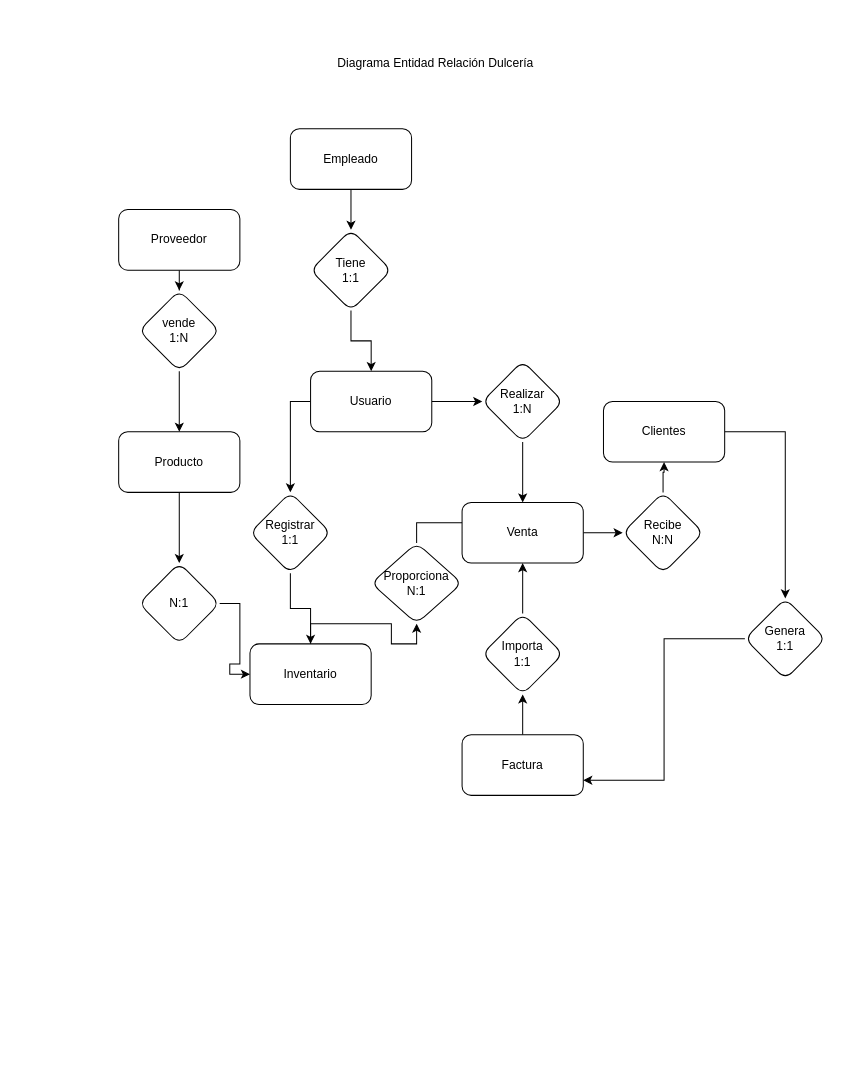
The draw.io diagram Dulcería.drawio in AlexAntonio29/PracticasProgramacion, before the edit. Source tidied: cells renumbered, new cells numbered last; positions are measured from the earlier drawing's top-left corner, leaving out a move shared by most shapes. Both pictures are drawn from the tidied source at 101%, with x=0, y=0 at pixel (118, 47).
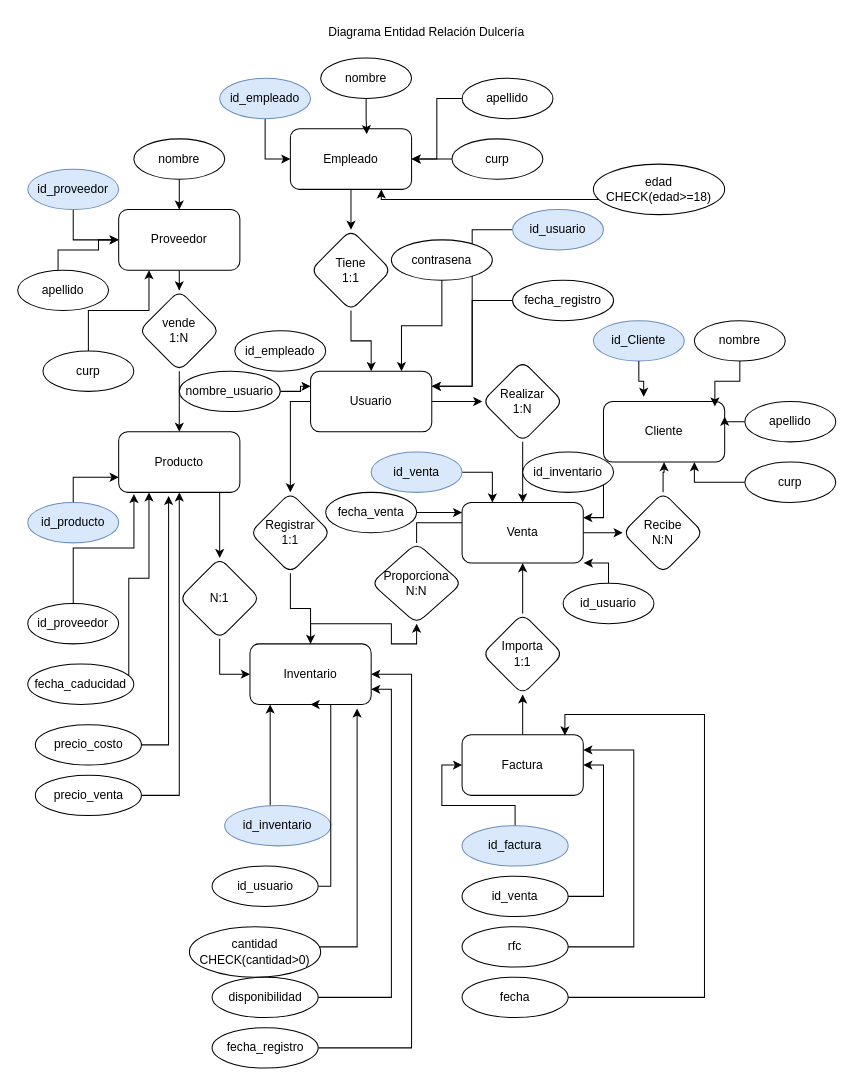
The same page after the edit.

Unchanged cells that the change refers to:
```xml
<mxCell id="3" value="Inventario" style="rounded=1;whiteSpace=wrap;html=1;" parent="1" vertex="1">
  <mxGeometry x="130" y="590" width="120" height="60" as="geometry" />
</mxCell>
<mxCell id="7" value="Proveedor" style="rounded=1;whiteSpace=wrap;html=1;" parent="1" vertex="1">
  <mxGeometry y="160" width="120" height="60" as="geometry" />
</mxCell>
<mxCell id="9" value="Empleado" style="rounded=1;whiteSpace=wrap;html=1;" parent="1" vertex="1">
  <mxGeometry x="170" y="80" width="120" height="60" as="geometry" />
</mxCell>
<mxCell id="12" value="Usuario" style="rounded=1;whiteSpace=wrap;html=1;" parent="1" vertex="1">
  <mxGeometry x="190" y="320" width="120" height="60" as="geometry" />
</mxCell>
<mxCell id="15" value="Venta" style="rounded=1;whiteSpace=wrap;html=1;" parent="1" vertex="1">
  <mxGeometry x="340" y="450" width="120" height="60" as="geometry" />
</mxCell>
<mxCell id="17" value="Factura" style="rounded=1;whiteSpace=wrap;html=1;" parent="1" vertex="1">
  <mxGeometry x="340" y="680" width="120" height="60" as="geometry" />
</mxCell>
<mxCell id="19" value="Producto" style="rounded=1;whiteSpace=wrap;html=1;" parent="1" vertex="1">
  <mxGeometry y="380" width="120" height="60" as="geometry" />
</mxCell>
```

The edit, as a diff of the source:
```diff
@@
-    <mxCell id="4" style="edgeStyle=orthogonalEdgeStyle;rounded=0;jettySize=auto;html=1;" parent="1" edge="1" source="5" target="35">
-      <mxGeometry relative="1" as="geometry" />
-    </mxCell>
-    <mxCell id="5" value="Clientes" style="rounded=1;whiteSpace=wrap;html=1;" parent="1" vertex="1">
+    <mxCell id="5" value="Cliente" style="rounded=1;whiteSpace=wrap;html=1;" parent="1" vertex="1">
       <mxGeometry x="480" y="350" width="120" height="60" as="geometry" />
     </mxCell>
@@
     <mxCell id="18" style="edgeStyle=orthogonalEdgeStyle;rounded=0;jettySize=auto;html=1;" parent="1" edge="1" source="19" target="22">
-      <mxGeometry relative="1" as="geometry" />
+      <mxGeometry relative="1" as="geometry">
+        <Array as="points">
+          <mxPoint x="100" y="450" />
+          <mxPoint x="100" y="450" />
+        </Array>
+      </mxGeometry>
     </mxCell>
@@
     <mxCell id="20" value="Diagrama Entidad Relación Dulcería" style="text;strokeColor=none;align=center;fillColor=none;html=1;verticalAlign=middle;whiteSpace=wrap;rounded=0;" parent="1" vertex="1">
-      <mxGeometry x="129" width="370" height="30" as="geometry" />
+      <mxGeometry x="120" y="-30" width="370" height="30" as="geometry" />
     </mxCell>
@@
     <mxCell id="22" value="N:1" style="rhombus;whiteSpace=wrap;html=1;rounded=1;" parent="1" vertex="1">
-      <mxGeometry x="20" y="510" width="80" height="80" as="geometry" />
+      <mxGeometry x="60" y="505" width="80" height="80" as="geometry" />
     </mxCell>
@@
-    <mxCell id="34" style="edgeStyle=orthogonalEdgeStyle;rounded=0;jettySize=auto;html=1;entryX=1;entryY=0.75;entryDx=0;entryDy=0;" parent="1" edge="1" source="35" target="17">
-      <mxGeometry relative="1" as="geometry" />
-    </mxCell>
-    <mxCell id="35" value="Genera&lt;div&gt;1:1&lt;/div&gt;" style="rhombus;whiteSpace=wrap;html=1;rounded=1;" parent="1" vertex="1">
-      <mxGeometry x="620" y="545" width="80" height="80" as="geometry" />
-    </mxCell>
@@
-    <mxCell id="37" value="&lt;div&gt;Proporciona&lt;/div&gt;N:1" style="rhombus;whiteSpace=wrap;html=1;rounded=1;" parent="1" vertex="1">
+    <mxCell id="37" value="&lt;div&gt;Proporciona&lt;/div&gt;N:N" style="rhombus;whiteSpace=wrap;html=1;rounded=1;" parent="1" vertex="1">
       <mxGeometry x="250" y="490" width="90" height="80" as="geometry" />
     </mxCell>
+    <mxCell id="38" style="edgeStyle=orthogonalEdgeStyle;rounded=0;jettySize=auto;html=1;entryX=0;entryY=0.5;entryDx=0;entryDy=0;" parent="1" edge="1" source="39" target="9">
+      <mxGeometry relative="1" as="geometry" />
+    </mxCell>
+    <mxCell id="39" value="id_empleado" style="ellipse;whiteSpace=wrap;html=1;fillColor=#dae8fc;strokeColor=#6c8ebf;" parent="1" vertex="1">
+      <mxGeometry x="100" y="30" width="90" height="40" as="geometry" />
+    </mxCell>
+    <mxCell id="40" value="nombre" style="ellipse;whiteSpace=wrap;html=1;" parent="1" vertex="1">
+      <mxGeometry x="200" y="10" width="90" height="40" as="geometry" />
+    </mxCell>
+    <mxCell id="41" style="edgeStyle=orthogonalEdgeStyle;rounded=0;jettySize=auto;html=1;entryX=1;entryY=0.5;entryDx=0;entryDy=0;" parent="1" edge="1" source="42" target="9">
+      <mxGeometry relative="1" as="geometry" />
+    </mxCell>
+    <mxCell id="42" value="apellido" style="ellipse;whiteSpace=wrap;html=1;" parent="1" vertex="1">
+      <mxGeometry x="340" y="30" width="90" height="40" as="geometry" />
+    </mxCell>
+    <mxCell id="43" style="edgeStyle=orthogonalEdgeStyle;rounded=0;jettySize=auto;html=1;exitX=0;exitY=0.5;exitDx=0;exitDy=0;entryX=1;entryY=0.5;entryDx=0;entryDy=0;" parent="1" edge="1" source="44" target="9">
+      <mxGeometry relative="1" as="geometry" />
+    </mxCell>
+    <mxCell id="44" value="curp" style="ellipse;whiteSpace=wrap;html=1;" parent="1" vertex="1">
+      <mxGeometry x="330" y="90" width="90" height="40" as="geometry" />
+    </mxCell>
+    <mxCell id="45" style="edgeStyle=orthogonalEdgeStyle;rounded=0;jettySize=auto;html=1;entryX=0.63;entryY=0.09;entryDx=0;entryDy=0;entryPerimeter=0;" parent="1" edge="1" source="40" target="9">
+      <mxGeometry relative="1" as="geometry" />
+    </mxCell>
+    <mxCell id="46" style="edgeStyle=orthogonalEdgeStyle;rounded=0;jettySize=auto;html=1;entryX=0;entryY=0.5;entryDx=0;entryDy=0;" parent="1" edge="1" source="47" target="7">
+      <mxGeometry relative="1" as="geometry" />
+    </mxCell>
+    <mxCell id="47" value="id_proveedor" style="ellipse;whiteSpace=wrap;html=1;fillColor=#dae8fc;strokeColor=#6c8ebf;" parent="1" vertex="1">
+      <mxGeometry x="-90" y="120" width="90" height="40" as="geometry" />
+    </mxCell>
+    <mxCell id="48" value="nombre" style="ellipse;whiteSpace=wrap;html=1;" parent="1" vertex="1">
+      <mxGeometry x="15" y="90" width="90" height="40" as="geometry" />
+    </mxCell>
+    <mxCell id="49" style="edgeStyle=orthogonalEdgeStyle;rounded=0;jettySize=auto;html=1;entryX=0.5;entryY=0;entryDx=0;entryDy=0;" parent="1" edge="1" source="48" target="7">
+      <mxGeometry relative="1" as="geometry" />
+    </mxCell>
+    <mxCell id="50" style="edgeStyle=orthogonalEdgeStyle;rounded=0;jettySize=auto;html=1;entryX=0;entryY=0.5;entryDx=0;entryDy=0;" parent="1" edge="1" source="51" target="7">
+      <mxGeometry relative="1" as="geometry">
+        <Array as="points">
+          <mxPoint x="-60" y="200" />
+          <mxPoint x="-20" y="200" />
+          <mxPoint x="-20" y="190" />
+        </Array>
+      </mxGeometry>
+    </mxCell>
+    <mxCell id="51" value="apellido" style="ellipse;whiteSpace=wrap;html=1;" parent="1" vertex="1">
+      <mxGeometry x="-100" y="220" width="90" height="40" as="geometry" />
+    </mxCell>
+    <mxCell id="52" style="edgeStyle=orthogonalEdgeStyle;rounded=0;jettySize=auto;html=1;entryX=0.25;entryY=1;entryDx=0;entryDy=0;" parent="1" edge="1" source="53" target="7">
+      <mxGeometry relative="1" as="geometry" />
+    </mxCell>
+    <mxCell id="53" value="curp" style="ellipse;whiteSpace=wrap;html=1;" parent="1" vertex="1">
+      <mxGeometry x="-75" y="300" width="90" height="40" as="geometry" />
+    </mxCell>
+    <mxCell id="54" style="edgeStyle=orthogonalEdgeStyle;rounded=0;jettySize=auto;html=1;entryX=0;entryY=0.75;entryDx=0;entryDy=0;" parent="1" edge="1" source="55" target="19">
+      <mxGeometry relative="1" as="geometry" />
+    </mxCell>
+    <mxCell id="55" value="id_producto" style="ellipse;whiteSpace=wrap;html=1;fillColor=#dae8fc;strokeColor=#6c8ebf;" parent="1" vertex="1">
+      <mxGeometry x="-90" y="450" width="90" height="40" as="geometry" />
+    </mxCell>
+    <mxCell id="56" value="id_proveedor" style="ellipse;whiteSpace=wrap;html=1;" parent="1" vertex="1">
+      <mxGeometry x="-90" y="550" width="90" height="40" as="geometry" />
+    </mxCell>
+    <mxCell id="57" style="edgeStyle=orthogonalEdgeStyle;rounded=0;jettySize=auto;html=1;entryX=0.126;entryY=1.027;entryDx=0;entryDy=0;entryPerimeter=0;" parent="1" edge="1" source="56" target="19">
+      <mxGeometry relative="1" as="geometry" />
+    </mxCell>
+    <mxCell id="58" value="fecha_caducidad" style="ellipse;whiteSpace=wrap;html=1;" parent="1" vertex="1">
+      <mxGeometry x="-90" y="610" width="105" height="40" as="geometry" />
+    </mxCell>
+    <mxCell id="59" style="edgeStyle=orthogonalEdgeStyle;rounded=0;jettySize=auto;html=1;entryX=0.25;entryY=1;entryDx=0;entryDy=0;" parent="1" edge="1" source="58" target="19">
+      <mxGeometry relative="1" as="geometry">
+        <Array as="points">
+          <mxPoint x="10" y="525" />
+          <mxPoint x="30" y="525" />
+        </Array>
+      </mxGeometry>
+    </mxCell>
+    <mxCell id="60" value="precio_costo" style="ellipse;whiteSpace=wrap;html=1;" parent="1" vertex="1">
+      <mxGeometry x="-82.5" y="670" width="105" height="40" as="geometry" />
+    </mxCell>
+    <mxCell id="61" style="edgeStyle=orthogonalEdgeStyle;rounded=0;jettySize=auto;html=1;entryX=0.412;entryY=1.059;entryDx=0;entryDy=0;entryPerimeter=0;" parent="1" edge="1" source="60" target="19">
+      <mxGeometry relative="1" as="geometry">
+        <Array as="points">
+          <mxPoint x="49" y="690" />
+        </Array>
+      </mxGeometry>
+    </mxCell>
+    <mxCell id="62" style="edgeStyle=orthogonalEdgeStyle;rounded=0;jettySize=auto;html=1;entryX=0.5;entryY=1;entryDx=0;entryDy=0;" parent="1" edge="1" source="63" target="19">
+      <mxGeometry relative="1" as="geometry">
+        <Array as="points">
+          <mxPoint x="60" y="740" />
+        </Array>
+      </mxGeometry>
+    </mxCell>
+    <mxCell id="63" value="precio_venta" style="ellipse;whiteSpace=wrap;html=1;" parent="1" vertex="1">
+      <mxGeometry x="-82.5" y="720" width="105" height="40" as="geometry" />
+    </mxCell>
+    <mxCell id="64" style="edgeStyle=orthogonalEdgeStyle;rounded=0;jettySize=auto;html=1;" parent="1" edge="1" source="65" target="3">
+      <mxGeometry relative="1" as="geometry">
+        <Array as="points">
+          <mxPoint x="150" y="670" />
+          <mxPoint x="150" y="670" />
+        </Array>
+      </mxGeometry>
+    </mxCell>
+    <mxCell id="65" value="id_inventario" style="ellipse;whiteSpace=wrap;html=1;fillColor=#dae8fc;strokeColor=#6c8ebf;" parent="1" vertex="1">
+      <mxGeometry x="105" y="750" width="105" height="40" as="geometry" />
+    </mxCell>
+    <mxCell id="66" style="edgeStyle=orthogonalEdgeStyle;rounded=0;jettySize=auto;html=1;entryX=0.5;entryY=1;entryDx=0;entryDy=0;" parent="1" edge="1" source="67" target="3">
+      <mxGeometry relative="1" as="geometry">
+        <Array as="points">
+          <mxPoint x="210" y="830" />
+          <mxPoint x="210" y="650" />
+        </Array>
+      </mxGeometry>
+    </mxCell>
+    <mxCell id="67" value="id_usuario" style="ellipse;whiteSpace=wrap;html=1;" parent="1" vertex="1">
+      <mxGeometry x="92.5" y="810" width="105" height="40" as="geometry" />
+    </mxCell>
+    <mxCell id="68" value="cantidad&lt;div&gt;CHECK(cantidad&amp;gt;0)&lt;/div&gt;" style="ellipse;whiteSpace=wrap;html=1;" parent="1" vertex="1">
+      <mxGeometry x="70" y="870" width="130" height="50" as="geometry" />
+    </mxCell>
+    <mxCell id="69" style="edgeStyle=orthogonalEdgeStyle;rounded=0;jettySize=auto;html=1;entryX=0.884;entryY=1.067;entryDx=0;entryDy=0;entryPerimeter=0;" parent="1" edge="1" source="68" target="3">
+      <mxGeometry relative="1" as="geometry">
+        <Array as="points">
+          <mxPoint x="236" y="890" />
+        </Array>
+      </mxGeometry>
+    </mxCell>
+    <mxCell id="70" style="edgeStyle=orthogonalEdgeStyle;rounded=0;jettySize=auto;html=1;entryX=1;entryY=0.75;entryDx=0;entryDy=0;" parent="1" edge="1" source="71" target="3">
+      <mxGeometry relative="1" as="geometry">
+        <Array as="points">
+          <mxPoint x="270" y="940" />
+          <mxPoint x="270" y="635" />
+        </Array>
+      </mxGeometry>
+    </mxCell>
+    <mxCell id="71" value="disponibilidad" style="ellipse;whiteSpace=wrap;html=1;" parent="1" vertex="1">
+      <mxGeometry x="92.5" y="920" width="105" height="40" as="geometry" />
+    </mxCell>
+    <mxCell id="72" style="edgeStyle=orthogonalEdgeStyle;rounded=0;jettySize=auto;html=1;entryX=1;entryY=0.5;entryDx=0;entryDy=0;" parent="1" edge="1" source="73" target="3">
+      <mxGeometry relative="1" as="geometry">
+        <Array as="points">
+          <mxPoint x="290" y="990" />
+          <mxPoint x="290" y="620" />
+        </Array>
+      </mxGeometry>
+    </mxCell>
+    <mxCell id="73" value="fecha_registro" style="ellipse;whiteSpace=wrap;html=1;" parent="1" vertex="1">
+      <mxGeometry x="92.5" y="970" width="105" height="40" as="geometry" />
+    </mxCell>
+    <mxCell id="74" style="edgeStyle=orthogonalEdgeStyle;rounded=0;jettySize=auto;html=1;entryX=0;entryY=0.5;entryDx=0;entryDy=0;" parent="1" edge="1" source="75" target="17">
+      <mxGeometry relative="1" as="geometry" />
+    </mxCell>
+    <mxCell id="75" value="id_factura" style="ellipse;whiteSpace=wrap;html=1;fillColor=#dae8fc;strokeColor=#6c8ebf;" parent="1" vertex="1">
+      <mxGeometry x="340" y="770" width="105" height="40" as="geometry" />
+    </mxCell>
+    <mxCell id="76" style="edgeStyle=orthogonalEdgeStyle;rounded=0;jettySize=auto;html=1;entryX=1;entryY=0.5;entryDx=0;entryDy=0;" parent="1" edge="1" source="77" target="17">
+      <mxGeometry relative="1" as="geometry">
+        <Array as="points">
+          <mxPoint x="480" y="840" />
+          <mxPoint x="480" y="710" />
+        </Array>
+      </mxGeometry>
+    </mxCell>
+    <mxCell id="77" value="id_venta" style="ellipse;whiteSpace=wrap;html=1;" parent="1" vertex="1">
+      <mxGeometry x="340" y="820" width="105" height="40" as="geometry" />
+    </mxCell>
+    <mxCell id="78" style="edgeStyle=orthogonalEdgeStyle;rounded=0;jettySize=auto;html=1;entryX=1;entryY=0.25;entryDx=0;entryDy=0;" parent="1" edge="1" source="79" target="17">
+      <mxGeometry relative="1" as="geometry">
+        <Array as="points">
+          <mxPoint x="510" y="890" />
+          <mxPoint x="510" y="695" />
+        </Array>
+      </mxGeometry>
+    </mxCell>
+    <mxCell id="79" value="rfc" style="ellipse;whiteSpace=wrap;html=1;" parent="1" vertex="1">
+      <mxGeometry x="340" y="870" width="105" height="40" as="geometry" />
+    </mxCell>
+    <mxCell id="80" style="edgeStyle=orthogonalEdgeStyle;rounded=0;jettySize=auto;html=1;entryX=0.25;entryY=0;entryDx=0;entryDy=0;" parent="1" edge="1" source="81" target="15">
+      <mxGeometry relative="1" as="geometry">
+        <Array as="points">
+          <mxPoint x="370" y="420" />
+        </Array>
+      </mxGeometry>
+    </mxCell>
+    <mxCell id="81" value="id_venta" style="ellipse;whiteSpace=wrap;html=1;fillColor=#dae8fc;strokeColor=#6c8ebf;" parent="1" vertex="1">
+      <mxGeometry x="250" y="400" width="90" height="40" as="geometry" />
+    </mxCell>
+    <mxCell id="82" value="fecha_venta" style="ellipse;whiteSpace=wrap;html=1;" parent="1" vertex="1">
+      <mxGeometry x="205" y="440" width="90" height="40" as="geometry" />
+    </mxCell>
+    <mxCell id="83" style="edgeStyle=orthogonalEdgeStyle;rounded=0;jettySize=auto;html=1;" parent="1" edge="1" source="82">
+      <mxGeometry relative="1" as="geometry">
+        <mxPoint x="340" y="460" as="targetPoint" />
+      </mxGeometry>
+    </mxCell>
+    <mxCell id="84" style="edgeStyle=orthogonalEdgeStyle;rounded=0;jettySize=auto;html=1;" parent="1" edge="1" source="85">
+      <mxGeometry relative="1" as="geometry">
+        <mxPoint x="460" y="510" as="targetPoint" />
+      </mxGeometry>
+    </mxCell>
+    <mxCell id="85" value="id_usuario" style="ellipse;whiteSpace=wrap;html=1;" parent="1" vertex="1">
+      <mxGeometry x="440" y="530" width="90" height="40" as="geometry" />
+    </mxCell>
+    <mxCell id="86" style="edgeStyle=orthogonalEdgeStyle;rounded=0;jettySize=auto;html=1;entryX=1;entryY=0.25;entryDx=0;entryDy=0;" parent="1" edge="1" source="87" target="15">
+      <mxGeometry relative="1" as="geometry">
+        <Array as="points">
+          <mxPoint x="480" y="465" />
+        </Array>
+      </mxGeometry>
+    </mxCell>
+    <mxCell id="87" value="id_inventario" style="ellipse;whiteSpace=wrap;html=1;" parent="1" vertex="1">
+      <mxGeometry x="400" y="400" width="90" height="40" as="geometry" />
+    </mxCell>
+    <mxCell id="88" value="id_Cliente" style="ellipse;whiteSpace=wrap;html=1;fillColor=#dae8fc;strokeColor=#6c8ebf;" parent="1" vertex="1">
+      <mxGeometry x="470" y="270" width="90" height="40" as="geometry" />
+    </mxCell>
+    <mxCell id="89" value="nombre" style="ellipse;whiteSpace=wrap;html=1;" parent="1" vertex="1">
+      <mxGeometry x="570" y="270" width="90" height="40" as="geometry" />
+    </mxCell>
+    <mxCell id="90" style="edgeStyle=orthogonalEdgeStyle;rounded=0;jettySize=auto;html=1;entryX=1;entryY=0.25;entryDx=0;entryDy=0;" parent="1" edge="1" source="91" target="5">
+      <mxGeometry relative="1" as="geometry" />
+    </mxCell>
+    <mxCell id="91" value="apellido" style="ellipse;whiteSpace=wrap;html=1;" parent="1" vertex="1">
+      <mxGeometry x="620" y="350" width="90" height="40" as="geometry" />
+    </mxCell>
+    <mxCell id="92" style="edgeStyle=orthogonalEdgeStyle;rounded=0;jettySize=auto;html=1;entryX=0.75;entryY=1;entryDx=0;entryDy=0;" parent="1" edge="1" source="93" target="5">
+      <mxGeometry relative="1" as="geometry" />
+    </mxCell>
+    <mxCell id="93" value="curp" style="ellipse;whiteSpace=wrap;html=1;" parent="1" vertex="1">
+      <mxGeometry x="620" y="410" width="90" height="40" as="geometry" />
+    </mxCell>
+    <mxCell id="94" style="edgeStyle=orthogonalEdgeStyle;rounded=0;jettySize=auto;html=1;entryX=0.919;entryY=0.083;entryDx=0;entryDy=0;entryPerimeter=0;" parent="1" edge="1" source="89" target="5">
+      <mxGeometry relative="1" as="geometry" />
+    </mxCell>
+    <mxCell id="95" style="edgeStyle=orthogonalEdgeStyle;rounded=0;jettySize=auto;html=1;entryX=0.332;entryY=-0.076;entryDx=0;entryDy=0;entryPerimeter=0;" parent="1" edge="1" source="88" target="5">
+      <mxGeometry relative="1" as="geometry" />
+    </mxCell>
+    <mxCell id="96" value="fecha" style="ellipse;whiteSpace=wrap;html=1;" parent="1" vertex="1">
+      <mxGeometry x="340" y="920" width="105" height="40" as="geometry" />
+    </mxCell>
+    <mxCell id="97" style="edgeStyle=orthogonalEdgeStyle;rounded=0;jettySize=auto;html=1;entryX=0.848;entryY=0.011;entryDx=0;entryDy=0;entryPerimeter=0;" parent="1" edge="1" source="96" target="17">
+      <mxGeometry relative="1" as="geometry">
+        <Array as="points">
+          <mxPoint x="580" y="940" />
+          <mxPoint x="580" y="660" />
+          <mxPoint x="442" y="660" />
+        </Array>
+      </mxGeometry>
+    </mxCell>
+    <mxCell id="98" style="edgeStyle=orthogonalEdgeStyle;rounded=0;jettySize=auto;html=1;entryX=1;entryY=0.25;entryDx=0;entryDy=0;" parent="1" edge="1" source="99" target="12">
+      <mxGeometry relative="1" as="geometry" />
+    </mxCell>
+    <mxCell id="99" value="id_usuario" style="ellipse;whiteSpace=wrap;html=1;fillColor=#dae8fc;strokeColor=#6c8ebf;" parent="1" vertex="1">
+      <mxGeometry x="390" y="160" width="90" height="40" as="geometry" />
+    </mxCell>
+    <mxCell id="100" value="id_empleado" style="ellipse;whiteSpace=wrap;html=1;" parent="1" vertex="1">
+      <mxGeometry x="115" y="280" width="90" height="40" as="geometry" />
+    </mxCell>
+    <mxCell id="101" style="edgeStyle=orthogonalEdgeStyle;rounded=0;jettySize=auto;html=1;entryX=0;entryY=0.25;entryDx=0;entryDy=0;" parent="1" edge="1" source="102" target="12">
+      <mxGeometry relative="1" as="geometry" />
+    </mxCell>
+    <mxCell id="102" value="nombre_usuario" style="ellipse;whiteSpace=wrap;html=1;" parent="1" vertex="1">
+      <mxGeometry x="60" y="320" width="100" height="40" as="geometry" />
+    </mxCell>
+    <mxCell id="103" style="edgeStyle=orthogonalEdgeStyle;rounded=0;jettySize=auto;html=1;entryX=0.75;entryY=0;entryDx=0;entryDy=0;" parent="1" edge="1" source="104" target="12">
+      <mxGeometry relative="1" as="geometry" />
+    </mxCell>
+    <mxCell id="104" value="contrasena" style="ellipse;whiteSpace=wrap;html=1;" parent="1" vertex="1">
+      <mxGeometry x="270" y="190" width="100" height="40" as="geometry" />
+    </mxCell>
+    <mxCell id="105" style="edgeStyle=orthogonalEdgeStyle;rounded=0;jettySize=auto;html=1;entryX=1;entryY=0.25;entryDx=0;entryDy=0;" parent="1" edge="1" source="106" target="12">
+      <mxGeometry relative="1" as="geometry" />
+    </mxCell>
+    <mxCell id="106" value="fecha_registro" style="ellipse;whiteSpace=wrap;html=1;" parent="1" vertex="1">
+      <mxGeometry x="390" y="230" width="100" height="40" as="geometry" />
+    </mxCell>
+    <mxCell id="107" style="edgeStyle=orthogonalEdgeStyle;rounded=0;jettySize=auto;html=1;entryX=0.75;entryY=1;entryDx=0;entryDy=0;" parent="1" edge="1" source="108" target="9">
+      <mxGeometry relative="1" as="geometry">
+        <Array as="points">
+          <mxPoint x="260" y="150" />
+        </Array>
+      </mxGeometry>
+    </mxCell>
+    <mxCell id="108" value="edad&lt;div&gt;CHECK(edad&amp;gt;=18)&lt;/div&gt;" style="ellipse;whiteSpace=wrap;html=1;" parent="1" vertex="1">
+      <mxGeometry x="470" y="115" width="130" height="50" as="geometry" />
+    </mxCell>
```
